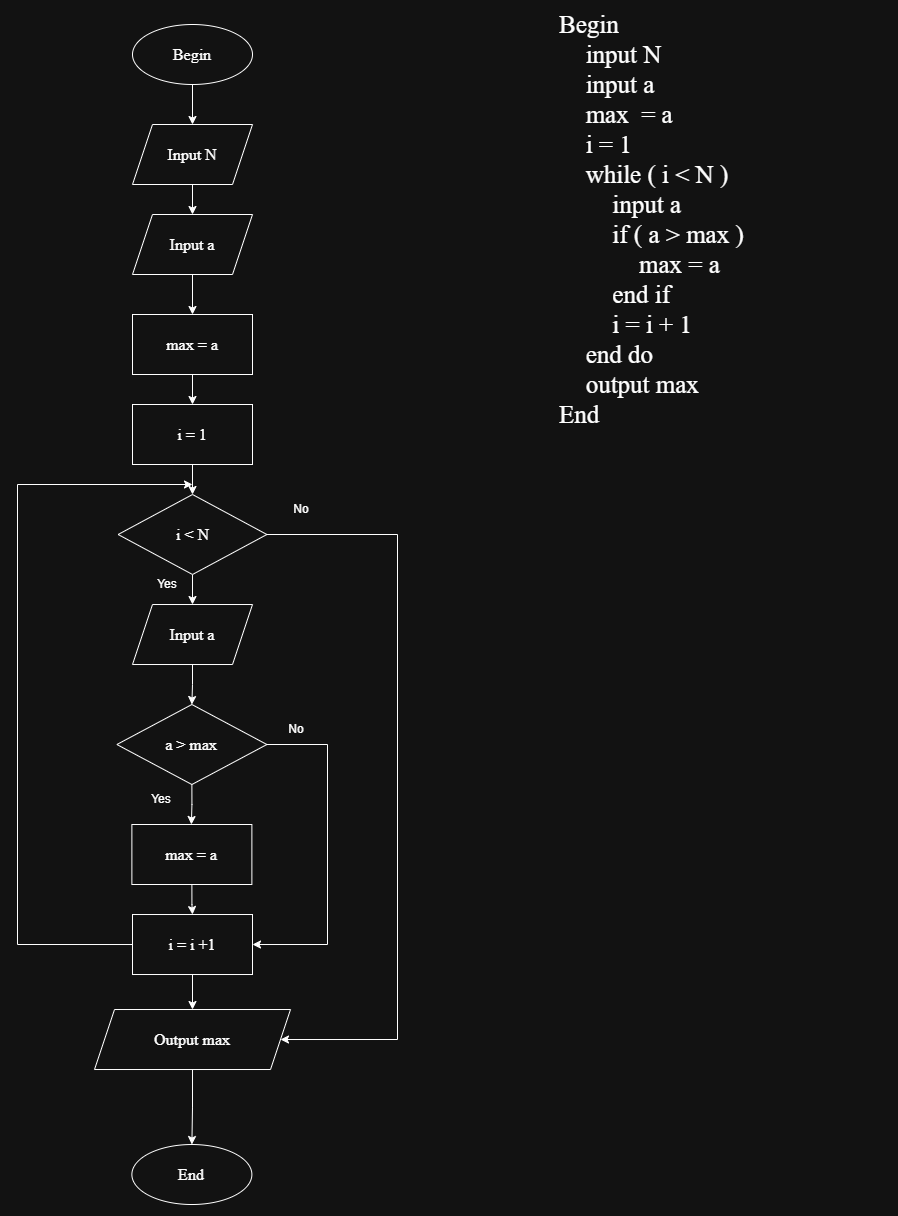
This is ss3/Baitap/find_largest_value_in_a_series_of_number.drawio.png from Tuan-solit/module-01, a draw.io export, as it was before one commit. Source tidied: cells renumbered, new cells last; positions are measured from the earlier drawing's top-left corner, leaving out a move shared by most shapes. The source it was exported from:
```xml
<mxGraphModel>
  <root>
    <mxCell id="0" />
    <mxCell id="1" parent="0" />
    <mxCell id="2" style="edgeStyle=orthogonalEdgeStyle;rounded=0;jettySize=auto;html=1;exitX=0.5;exitY=1;exitDx=0;exitDy=0;" parent="1" edge="1" source="3" target="6">
      <mxGeometry relative="1" as="geometry" />
    </mxCell>
    <mxCell id="3" value="&lt;font style=&quot;font-size: 16px;&quot; face=&quot;Times New Roman&quot;&gt;Begin&lt;/font&gt;" style="ellipse;whiteSpace=wrap;html=1;" parent="1" vertex="1">
      <mxGeometry x="115" width="120" height="60" as="geometry" />
    </mxCell>
    <mxCell id="4" value="&lt;font style=&quot;font-size: 16px;&quot; face=&quot;Times New Roman&quot;&gt;End&lt;/font&gt;" style="ellipse;whiteSpace=wrap;html=1;" parent="1" vertex="1">
      <mxGeometry x="114.4" y="1120" width="120" height="60" as="geometry" />
    </mxCell>
    <mxCell id="5" style="edgeStyle=orthogonalEdgeStyle;rounded=0;jettySize=auto;html=1;exitX=0.5;exitY=1;exitDx=0;exitDy=0;entryX=0.5;entryY=0;entryDx=0;entryDy=0;" parent="1" edge="1" source="6" target="19">
      <mxGeometry relative="1" as="geometry" />
    </mxCell>
    <mxCell id="6" value="&lt;font face=&quot;Times New Roman&quot; style=&quot;font-size: 16px;&quot;&gt;Input N&lt;/font&gt;" style="shape=parallelogram;perimeter=parallelogramPerimeter;whiteSpace=wrap;html=1;fixedSize=1;" parent="1" vertex="1">
      <mxGeometry x="115" y="100" width="120" height="60" as="geometry" />
    </mxCell>
    <mxCell id="7" value="&lt;div style=&quot;&quot;&gt;&lt;font face=&quot;Times New Roman&quot; style=&quot;font-size: 25px;&quot;&gt;Begin&amp;nbsp;&lt;/font&gt;&lt;/div&gt;&lt;div style=&quot;&quot;&gt;&lt;font face=&quot;Times New Roman&quot; style=&quot;font-size: 25px;&quot;&gt;&lt;span style=&quot;white-space: pre;&quot;&gt;&#9;&lt;/span&gt;input N&lt;br&gt;&lt;/font&gt;&lt;/div&gt;&lt;div style=&quot;&quot;&gt;&lt;font face=&quot;Times New Roman&quot; style=&quot;font-size: 25px;&quot;&gt;&lt;span style=&quot;white-space: pre;&quot;&gt;&#9;&lt;/span&gt;input a&lt;br&gt;&lt;/font&gt;&lt;/div&gt;&lt;div style=&quot;&quot;&gt;&lt;font face=&quot;Times New Roman&quot; style=&quot;font-size: 25px;&quot;&gt;&lt;span style=&quot;white-space: pre;&quot;&gt;&#9;&lt;/span&gt;max&amp;nbsp; = a&lt;br&gt;&lt;/font&gt;&lt;/div&gt;&lt;div style=&quot;&quot;&gt;&lt;font face=&quot;Times New Roman&quot; style=&quot;font-size: 25px;&quot;&gt;&lt;span style=&quot;white-space: pre;&quot;&gt;&#9;&lt;/span&gt;i = 1&lt;br&gt;&lt;/font&gt;&lt;/div&gt;&lt;div style=&quot;&quot;&gt;&lt;font face=&quot;Times New Roman&quot; style=&quot;font-size: 25px;&quot;&gt;&lt;span style=&quot;white-space: pre;&quot;&gt;&#9;&lt;/span&gt;while ( i &amp;lt; N )&lt;br&gt;&lt;/font&gt;&lt;/div&gt;&lt;div style=&quot;&quot;&gt;&lt;font face=&quot;Times New Roman&quot; style=&quot;font-size: 25px;&quot;&gt;&lt;span style=&quot;white-space: pre;&quot;&gt;&#9;&lt;/span&gt;&lt;span style=&quot;white-space: pre;&quot;&gt;&#9;&lt;/span&gt;input a&lt;br&gt;&lt;/font&gt;&lt;/div&gt;&lt;div style=&quot;&quot;&gt;&lt;font face=&quot;Times New Roman&quot; style=&quot;font-size: 25px;&quot;&gt;&lt;span style=&quot;white-space: pre;&quot;&gt;&#9;&lt;/span&gt;&lt;span style=&quot;white-space: pre;&quot;&gt;&#9;&lt;/span&gt;if ( a &amp;gt; max )&lt;br&gt;&lt;/font&gt;&lt;/div&gt;&lt;div style=&quot;&quot;&gt;&lt;font face=&quot;Times New Roman&quot; style=&quot;font-size: 25px;&quot;&gt;&lt;span style=&quot;white-space: pre;&quot;&gt;&#9;&lt;/span&gt;&lt;span style=&quot;white-space: pre;&quot;&gt;&#9;&lt;span style=&quot;white-space: pre;&quot;&gt;&#9;&lt;/span&gt;max&lt;/span&gt;&amp;nbsp;= a&lt;br&gt;&lt;/font&gt;&lt;/div&gt;&lt;div style=&quot;&quot;&gt;&lt;font face=&quot;Times New Roman&quot; style=&quot;font-size: 25px;&quot;&gt;&lt;span style=&quot;white-space: pre;&quot;&gt;&#9;&lt;/span&gt;&lt;span style=&quot;white-space: pre;&quot;&gt;&#9;&lt;/span&gt;end if&lt;br&gt;&lt;/font&gt;&lt;/div&gt;&lt;div style=&quot;&quot;&gt;&lt;font face=&quot;Times New Roman&quot; style=&quot;font-size: 25px;&quot;&gt;&lt;span style=&quot;white-space: pre;&quot;&gt;&#9;&lt;/span&gt;&lt;span style=&quot;white-space: pre;&quot;&gt;&#9;&lt;/span&gt;i = i + 1&lt;br&gt;&lt;/font&gt;&lt;/div&gt;&lt;div style=&quot;&quot;&gt;&lt;font face=&quot;Times New Roman&quot; style=&quot;font-size: 25px;&quot;&gt;&lt;span style=&quot;white-space: pre;&quot;&gt;&#9;&lt;/span&gt;end do&lt;br&gt;&lt;/font&gt;&lt;/div&gt;&lt;div style=&quot;&quot;&gt;&lt;font face=&quot;Times New Roman&quot; style=&quot;font-size: 25px;&quot;&gt;&lt;span style=&quot;white-space: pre;&quot;&gt;&#9;&lt;/span&gt;output max&lt;/font&gt;&lt;/div&gt;&lt;div style=&quot;&quot;&gt;&lt;font face=&quot;Times New Roman&quot; style=&quot;font-size: 25px;&quot;&gt;End&lt;/font&gt;&lt;/div&gt;" style="text;html=1;whiteSpace=wrap;strokeColor=none;fillColor=none;align=left;verticalAlign=middle;rounded=0;" parent="1" vertex="1">
      <mxGeometry x="540" y="180" width="330" height="30" as="geometry" />
    </mxCell>
    <mxCell id="8" style="edgeStyle=orthogonalEdgeStyle;rounded=0;jettySize=auto;html=1;exitX=0.5;exitY=1;exitDx=0;exitDy=0;entryX=0.5;entryY=0;entryDx=0;entryDy=0;" parent="1" edge="1" source="10" target="25">
      <mxGeometry relative="1" as="geometry" />
    </mxCell>
    <mxCell id="9" style="edgeStyle=orthogonalEdgeStyle;rounded=0;jettySize=auto;html=1;exitX=1;exitY=0.5;exitDx=0;exitDy=0;entryX=1;entryY=0.5;entryDx=0;entryDy=0;" parent="1" edge="1" source="10" target="32">
      <mxGeometry relative="1" as="geometry">
        <Array as="points">
          <mxPoint x="380" y="510" />
          <mxPoint x="380" y="1015" />
        </Array>
      </mxGeometry>
    </mxCell>
    <mxCell id="10" value="&lt;font face=&quot;Times New Roman&quot;&gt;&lt;span style=&quot;font-size: 16px;&quot;&gt;i &amp;lt; N&lt;/span&gt;&lt;/font&gt;" style="rhombus;whiteSpace=wrap;html=1;" parent="1" vertex="1">
      <mxGeometry x="100.6" y="470" width="148.8" height="80" as="geometry" />
    </mxCell>
    <mxCell id="11" value="No" style="text;html=1;whiteSpace=wrap;strokeColor=none;fillColor=none;align=center;verticalAlign=middle;rounded=0;" parent="1" vertex="1">
      <mxGeometry x="254" y="470" width="60" height="30" as="geometry" />
    </mxCell>
    <mxCell id="12" value="Yes" style="text;html=1;whiteSpace=wrap;strokeColor=none;fillColor=none;align=center;verticalAlign=middle;rounded=0;" parent="1" vertex="1">
      <mxGeometry x="114.4" y="760" width="60" height="30" as="geometry" />
    </mxCell>
    <mxCell id="13" value="No" style="text;html=1;whiteSpace=wrap;strokeColor=none;fillColor=none;align=center;verticalAlign=middle;rounded=0;" parent="1" vertex="1">
      <mxGeometry x="249.4" y="690" width="60" height="30" as="geometry" />
    </mxCell>
    <mxCell id="14" style="edgeStyle=orthogonalEdgeStyle;rounded=0;jettySize=auto;html=1;exitX=0.5;exitY=1;exitDx=0;exitDy=0;" parent="1" edge="1" source="16">
      <mxGeometry relative="1" as="geometry">
        <mxPoint x="173.9" y="800" as="targetPoint" />
      </mxGeometry>
    </mxCell>
    <mxCell id="15" style="edgeStyle=orthogonalEdgeStyle;rounded=0;jettySize=auto;html=1;entryX=1;entryY=0.5;entryDx=0;entryDy=0;" parent="1" edge="1" source="16" target="30">
      <mxGeometry relative="1" as="geometry">
        <Array as="points">
          <mxPoint x="310" y="720" />
          <mxPoint x="310" y="920" />
        </Array>
      </mxGeometry>
    </mxCell>
    <mxCell id="16" value="&lt;font face=&quot;Times New Roman&quot;&gt;&lt;span style=&quot;font-size: 16px;&quot;&gt;a &amp;gt; max&lt;/span&gt;&lt;/font&gt;" style="rhombus;whiteSpace=wrap;html=1;" parent="1" vertex="1">
      <mxGeometry x="99.4" y="680" width="150" height="80" as="geometry" />
    </mxCell>
    <mxCell id="17" value="Yes" style="text;html=1;whiteSpace=wrap;strokeColor=none;fillColor=none;align=center;verticalAlign=middle;rounded=0;" parent="1" vertex="1">
      <mxGeometry x="120" y="545" width="60" height="30" as="geometry" />
    </mxCell>
    <mxCell id="18" style="edgeStyle=orthogonalEdgeStyle;rounded=0;jettySize=auto;html=1;exitX=0.5;exitY=1;exitDx=0;exitDy=0;entryX=0.5;entryY=0;entryDx=0;entryDy=0;" parent="1" edge="1" source="19" target="21">
      <mxGeometry relative="1" as="geometry" />
    </mxCell>
    <mxCell id="19" value="&lt;font face=&quot;Times New Roman&quot;&gt;&lt;span style=&quot;font-size: 16px;&quot;&gt;Input a&lt;/span&gt;&lt;/font&gt;" style="shape=parallelogram;perimeter=parallelogramPerimeter;whiteSpace=wrap;html=1;fixedSize=1;" parent="1" vertex="1">
      <mxGeometry x="115" y="190" width="120" height="60" as="geometry" />
    </mxCell>
    <mxCell id="20" style="edgeStyle=orthogonalEdgeStyle;rounded=0;jettySize=auto;html=1;exitX=0.5;exitY=1;exitDx=0;exitDy=0;entryX=0.5;entryY=0;entryDx=0;entryDy=0;" parent="1" edge="1" source="21" target="23">
      <mxGeometry relative="1" as="geometry" />
    </mxCell>
    <mxCell id="21" value="&lt;font face=&quot;Times New Roman&quot; style=&quot;font-size: 16px;&quot;&gt;max = a&lt;/font&gt;" style="rounded=0;whiteSpace=wrap;html=1;" parent="1" vertex="1">
      <mxGeometry x="115" y="290" width="120" height="60" as="geometry" />
    </mxCell>
    <mxCell id="22" style="edgeStyle=orthogonalEdgeStyle;rounded=0;jettySize=auto;html=1;exitX=0.5;exitY=1;exitDx=0;exitDy=0;entryX=0.5;entryY=0;entryDx=0;entryDy=0;" parent="1" edge="1" source="23" target="10">
      <mxGeometry relative="1" as="geometry" />
    </mxCell>
    <mxCell id="23" value="&lt;font face=&quot;Times New Roman&quot;&gt;&lt;span style=&quot;font-size: 16px;&quot;&gt;i = 1&lt;/span&gt;&lt;/font&gt;" style="rounded=0;whiteSpace=wrap;html=1;" parent="1" vertex="1">
      <mxGeometry x="115" y="380" width="120" height="60" as="geometry" />
    </mxCell>
    <mxCell id="24" style="edgeStyle=orthogonalEdgeStyle;rounded=0;jettySize=auto;html=1;exitX=0.5;exitY=1;exitDx=0;exitDy=0;entryX=0.5;entryY=0;entryDx=0;entryDy=0;" parent="1" edge="1" source="25" target="16">
      <mxGeometry relative="1" as="geometry" />
    </mxCell>
    <mxCell id="25" value="&lt;font face=&quot;Times New Roman&quot;&gt;&lt;span style=&quot;font-size: 16px;&quot;&gt;Input a&lt;/span&gt;&lt;/font&gt;" style="shape=parallelogram;perimeter=parallelogramPerimeter;whiteSpace=wrap;html=1;fixedSize=1;" parent="1" vertex="1">
      <mxGeometry x="115" y="580" width="120" height="60" as="geometry" />
    </mxCell>
    <mxCell id="26" style="edgeStyle=orthogonalEdgeStyle;rounded=0;jettySize=auto;html=1;exitX=0.5;exitY=1;exitDx=0;exitDy=0;" parent="1" edge="1" source="27" target="30">
      <mxGeometry relative="1" as="geometry" />
    </mxCell>
    <mxCell id="27" value="&lt;font face=&quot;Times New Roman&quot;&gt;&lt;span style=&quot;font-size: 16px;&quot;&gt;max = a&lt;/span&gt;&lt;/font&gt;" style="rounded=0;whiteSpace=wrap;html=1;" parent="1" vertex="1">
      <mxGeometry x="114.4" y="800" width="120" height="60" as="geometry" />
    </mxCell>
    <mxCell id="28" style="edgeStyle=orthogonalEdgeStyle;rounded=0;jettySize=auto;html=1;exitX=0;exitY=0.5;exitDx=0;exitDy=0;" parent="1" edge="1" source="30">
      <mxGeometry relative="1" as="geometry">
        <mxPoint x="175" y="460" as="targetPoint" />
        <Array as="points">
          <mxPoint y="920" />
          <mxPoint y="460" />
          <mxPoint x="170" y="460" />
        </Array>
      </mxGeometry>
    </mxCell>
    <mxCell id="29" style="edgeStyle=orthogonalEdgeStyle;rounded=0;jettySize=auto;html=1;exitX=0.5;exitY=1;exitDx=0;exitDy=0;" parent="1" edge="1" source="30" target="32">
      <mxGeometry relative="1" as="geometry" />
    </mxCell>
    <mxCell id="30" value="&lt;font face=&quot;Times New Roman&quot;&gt;&lt;span style=&quot;font-size: 16px;&quot;&gt;i = i +1&lt;/span&gt;&lt;/font&gt;" style="rounded=0;whiteSpace=wrap;html=1;" parent="1" vertex="1">
      <mxGeometry x="115" y="890" width="120" height="60" as="geometry" />
    </mxCell>
    <mxCell id="31" style="edgeStyle=orthogonalEdgeStyle;rounded=0;jettySize=auto;html=1;exitX=0.5;exitY=1;exitDx=0;exitDy=0;entryX=0.5;entryY=0;entryDx=0;entryDy=0;" parent="1" edge="1" source="32" target="4">
      <mxGeometry relative="1" as="geometry" />
    </mxCell>
    <mxCell id="32" value="&lt;span style=&quot;font-family: &amp;quot;Times New Roman&amp;quot;; font-size: 16px;&quot;&gt;Output max&lt;/span&gt;" style="shape=parallelogram;perimeter=parallelogramPerimeter;whiteSpace=wrap;html=1;fixedSize=1;" parent="1" vertex="1">
      <mxGeometry x="77" y="985" width="196" height="60" as="geometry" />
    </mxCell>
  </root>
</mxGraphModel>
```
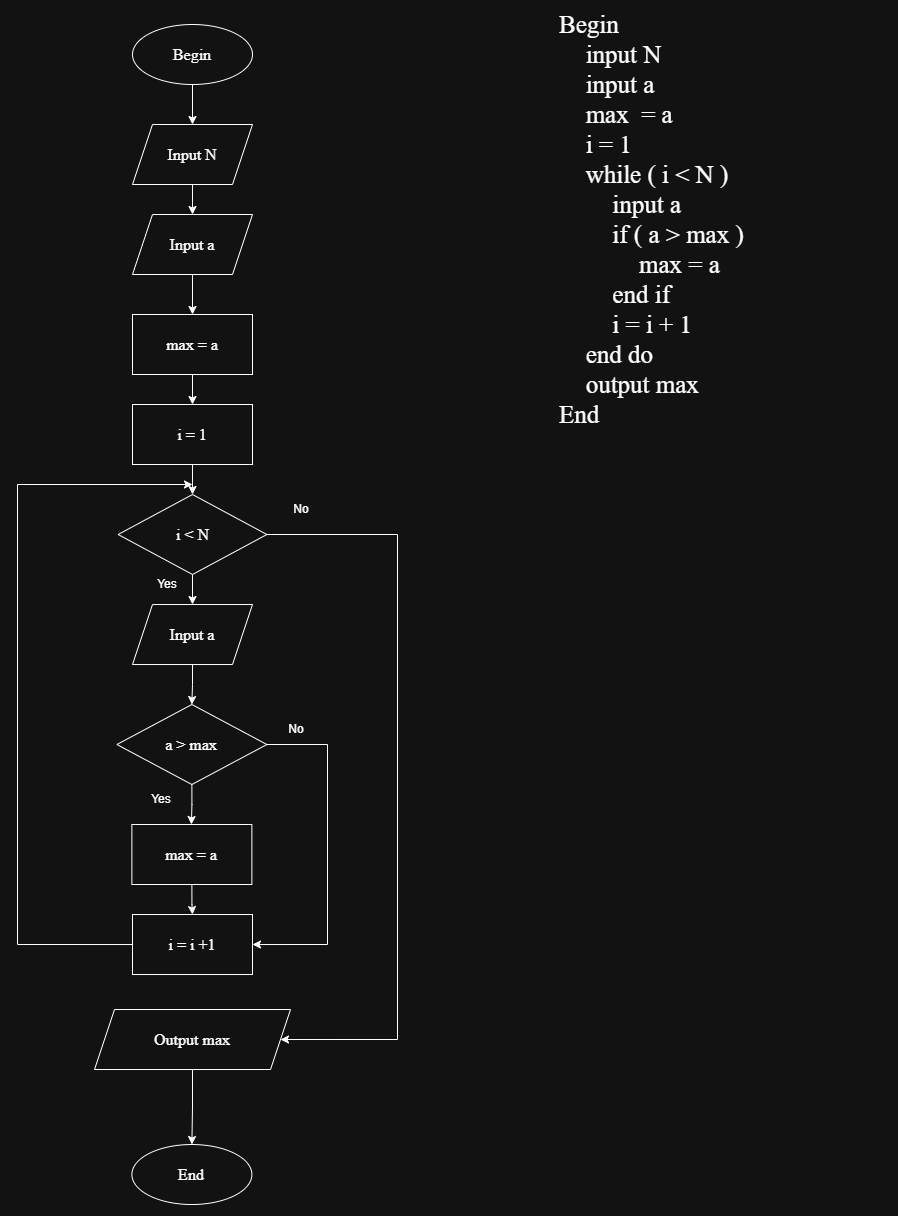
After the change.

What changed in the source:
```diff
@@ -43,11 +43,11 @@
     <mxCell id="13" value="No" style="text;html=1;whiteSpace=wrap;strokeColor=none;fillColor=none;align=center;verticalAlign=middle;rounded=0;" parent="1" vertex="1">
       <mxGeometry x="249.4" y="690" width="60" height="30" as="geometry" />
     </mxCell>
-    <mxCell id="14" style="edgeStyle=orthogonalEdgeStyle;rounded=0;jettySize=auto;html=1;exitX=0.5;exitY=1;exitDx=0;exitDy=0;" parent="1" edge="1" source="16">
-      <mxGeometry relative="1" as="geometry">
-        <mxPoint x="173.9" y="800" as="targetPoint" />
-      </mxGeometry>
-    </mxCell>
+    <mxCell id="33" style="edgeStyle=orthogonalEdgeStyle;rounded=0;jettySize=auto;html=1;exitX=0.5;exitY=1;exitDx=0;exitDy=0;" parent="1" edge="1" source="16">
+      <mxGeometry relative="1" as="geometry">
+        <mxPoint x="173.9" y="800" as="targetPoint" />
+      </mxGeometry>
+    </mxCell>
     <mxCell id="15" style="edgeStyle=orthogonalEdgeStyle;rounded=0;jettySize=auto;html=1;entryX=1;entryY=0.5;entryDx=0;entryDy=0;" parent="1" edge="1" source="16" target="30">
       <mxGeometry relative="1" as="geometry">
         <Array as="points">
@@ -92,19 +92,16 @@
     <mxCell id="27" value="&lt;font face=&quot;Times New Roman&quot;&gt;&lt;span style=&quot;font-size: 16px;&quot;&gt;max = a&lt;/span&gt;&lt;/font&gt;" style="rounded=0;whiteSpace=wrap;html=1;" parent="1" vertex="1">
       <mxGeometry x="114.4" y="800" width="120" height="60" as="geometry" />
     </mxCell>
-    <mxCell id="28" style="edgeStyle=orthogonalEdgeStyle;rounded=0;jettySize=auto;html=1;exitX=0;exitY=0.5;exitDx=0;exitDy=0;" parent="1" edge="1" source="30">
-      <mxGeometry relative="1" as="geometry">
-        <mxPoint x="175" y="460" as="targetPoint" />
-        <Array as="points">
-          <mxPoint y="920" />
-          <mxPoint y="460" />
-          <mxPoint x="170" y="460" />
-        </Array>
-      </mxGeometry>
-    </mxCell>
-    <mxCell id="29" style="edgeStyle=orthogonalEdgeStyle;rounded=0;jettySize=auto;html=1;exitX=0.5;exitY=1;exitDx=0;exitDy=0;" parent="1" edge="1" source="30" target="32">
-      <mxGeometry relative="1" as="geometry" />
-    </mxCell>
+    <mxCell id="34" style="edgeStyle=orthogonalEdgeStyle;rounded=0;jettySize=auto;html=1;exitX=0;exitY=0.5;exitDx=0;exitDy=0;" parent="1" edge="1" source="30">
+      <mxGeometry relative="1" as="geometry">
+        <mxPoint x="175" y="460" as="targetPoint" />
+        <Array as="points">
+          <mxPoint y="920" />
+          <mxPoint y="460" />
+          <mxPoint x="170" y="460" />
+        </Array>
+      </mxGeometry>
+    </mxCell>
     <mxCell id="30" value="&lt;font face=&quot;Times New Roman&quot;&gt;&lt;span style=&quot;font-size: 16px;&quot;&gt;i = i +1&lt;/span&gt;&lt;/font&gt;" style="rounded=0;whiteSpace=wrap;html=1;" parent="1" vertex="1">
       <mxGeometry x="115" y="890" width="120" height="60" as="geometry" />
     </mxCell>
```
